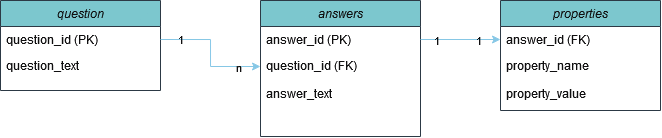
The draw.io diagram static/db.drawio.png in newr90/communication-test, before a commit. Source tidied: cells renumbered, new cells last; positions are measured from the earlier drawing's top-left corner, leaving out a move shared by most shapes. Source of this version:
```xml
<mxGraphModel>
  <root>
    <mxCell id="0" />
    <mxCell id="1" parent="0" />
    <mxCell id="2" value="question" style="swimlane;fontStyle=2;align=center;verticalAlign=top;horizontal=1;startSize=26;rounded=0;shadow=0;strokeWidth=1;labelBackgroundColor=none;fillColor=#09555B;strokeColor=#BAC8D3;fontColor=#EEEEEE;" parent="1" vertex="1">
      <mxGeometry width="160" height="90" as="geometry" />
    </mxCell>
    <mxCell id="3" value="question_id (PK)" style="text;align=left;verticalAlign=top;spacingLeft=4;spacingRight=4;overflow=hidden;points=[[0,0.5],[1,0.5]];portConstraint=eastwest;labelBackgroundColor=none;fontColor=#EEEEEE;" parent="2" vertex="1">
      <mxGeometry y="26" width="160" height="26" as="geometry" />
    </mxCell>
    <mxCell id="4" value="question_text    " style="text;align=left;verticalAlign=top;spacingLeft=4;spacingRight=4;overflow=hidden;rounded=0;shadow=0;html=0;labelBackgroundColor=none;fontColor=#EEEEEE;" parent="2" vertex="1">
      <mxGeometry y="52" width="160" height="26" as="geometry" />
    </mxCell>
    <mxCell id="5" value="answers" style="swimlane;fontStyle=2;align=center;verticalAlign=top;horizontal=1;startSize=26;rounded=0;shadow=0;strokeWidth=1;labelBackgroundColor=none;fillColor=#09555B;strokeColor=#BAC8D3;fontColor=#EEEEEE;" parent="1" vertex="1">
      <mxGeometry x="260" width="160" height="136" as="geometry" />
    </mxCell>
    <mxCell id="6" value="answer_id (PK)" style="text;align=left;verticalAlign=top;spacingLeft=4;spacingRight=4;overflow=hidden;points=[[0,0.5],[1,0.5]];portConstraint=eastwest;labelBackgroundColor=none;fontColor=#EEEEEE;" parent="5" vertex="1">
      <mxGeometry y="26" width="160" height="26" as="geometry" />
    </mxCell>
    <mxCell id="7" value="question_id (FK)&#10;" style="text;align=left;verticalAlign=top;spacingLeft=4;spacingRight=4;overflow=hidden;points=[[0,0.5],[1,0.5]];portConstraint=eastwest;rounded=0;shadow=0;html=0;labelBackgroundColor=none;fontColor=#EEEEEE;" parent="5" vertex="1">
      <mxGeometry y="52" width="160" height="28" as="geometry" />
    </mxCell>
    <mxCell id="8" value="answer_text" style="text;align=left;verticalAlign=top;spacingLeft=4;spacingRight=4;overflow=hidden;labelBackgroundColor=none;fontColor=#EEEEEE;" parent="5" vertex="1">
      <mxGeometry y="80" width="160" height="26" as="geometry" />
    </mxCell>
    <mxCell id="9" value="properties" style="swimlane;fontStyle=2;align=center;verticalAlign=top;horizontal=1;startSize=26;rounded=0;shadow=0;strokeWidth=1;labelBackgroundColor=none;fillColor=#09555B;strokeColor=#BAC8D3;fontColor=#EEEEEE;" parent="1" vertex="1">
      <mxGeometry x="500" width="160" height="110" as="geometry" />
    </mxCell>
    <mxCell id="10" value="answer_id (FK)" style="text;align=left;verticalAlign=top;spacingLeft=4;spacingRight=4;overflow=hidden;points=[[0,0.5],[1,0.5]];portConstraint=eastwest;labelBackgroundColor=none;fontColor=#EEEEEE;" parent="9" vertex="1">
      <mxGeometry y="26" width="160" height="26" as="geometry" />
    </mxCell>
    <mxCell id="11" value="property_name    " style="text;align=left;verticalAlign=top;spacingLeft=4;spacingRight=4;overflow=hidden;rounded=0;shadow=0;html=0;labelBackgroundColor=none;fontColor=#EEEEEE;" parent="9" vertex="1">
      <mxGeometry y="52" width="160" height="28" as="geometry" />
    </mxCell>
    <mxCell id="12" value="property_value" style="text;align=left;verticalAlign=top;spacingLeft=4;spacingRight=4;overflow=hidden;labelBackgroundColor=none;fontColor=#EEEEEE;" parent="9" vertex="1">
      <mxGeometry y="80" width="160" height="26" as="geometry" />
    </mxCell>
    <mxCell id="13" style="edgeStyle=orthogonalEdgeStyle;rounded=0;jettySize=auto;html=1;exitX=1;exitY=0.5;exitDx=0;exitDy=0;entryX=0;entryY=0.5;entryDx=0;entryDy=0;labelBackgroundColor=none;strokeColor=#0B4D6A;fontColor=default;" parent="1" edge="1" source="3" target="7">
      <mxGeometry relative="1" as="geometry" />
    </mxCell>
    <mxCell id="14" value="1" style="edgeLabel;html=1;align=center;verticalAlign=middle;labelBackgroundColor=none;fontColor=#EEEEEE;" parent="13" vertex="1">
      <mxGeometry x="-0.7" relative="1" as="geometry" />
    </mxCell>
    <mxCell id="15" value="n" style="edgeLabel;html=1;align=center;verticalAlign=middle;labelBackgroundColor=none;fontColor=#EEEEEE;" parent="13" vertex="1">
      <mxGeometry x="0.65" y="-1" relative="1" as="geometry" />
    </mxCell>
    <mxCell id="16" style="edgeStyle=orthogonalEdgeStyle;rounded=0;jettySize=auto;html=1;exitX=1;exitY=0.5;exitDx=0;exitDy=0;entryX=0;entryY=0.5;entryDx=0;entryDy=0;labelBackgroundColor=none;strokeColor=#0B4D6A;fontColor=default;" parent="1" edge="1" source="6" target="10">
      <mxGeometry relative="1" as="geometry" />
    </mxCell>
    <mxCell id="17" value="1" style="edgeLabel;html=1;align=center;verticalAlign=middle;labelBackgroundColor=none;fontColor=#EEEEEE;" parent="16" vertex="1">
      <mxGeometry x="-0.6" y="-1" relative="1" as="geometry" />
    </mxCell>
    <mxCell id="18" value="1" style="edgeLabel;html=1;align=center;verticalAlign=middle;labelBackgroundColor=none;fontColor=#EEEEEE;" parent="16" vertex="1">
      <mxGeometry x="0.42" y="-1" relative="1" as="geometry" />
    </mxCell>
  </root>
</mxGraphModel>
```
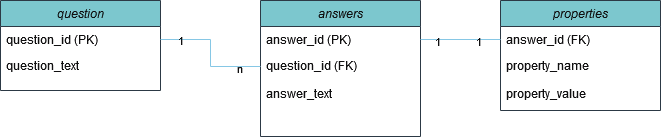
The same file after the commit.

Change to the diagram source:
```diff
@@ -35,7 +35,7 @@
     <mxCell id="12" value="property_value" style="text;align=left;verticalAlign=top;spacingLeft=4;spacingRight=4;overflow=hidden;labelBackgroundColor=none;fontColor=#EEEEEE;" parent="9" vertex="1">
       <mxGeometry y="80" width="160" height="26" as="geometry" />
     </mxCell>
-    <mxCell id="13" style="edgeStyle=orthogonalEdgeStyle;rounded=0;jettySize=auto;html=1;exitX=1;exitY=0.5;exitDx=0;exitDy=0;entryX=0;entryY=0.5;entryDx=0;entryDy=0;labelBackgroundColor=none;strokeColor=#0B4D6A;fontColor=default;" parent="1" edge="1" source="3" target="7">
+    <mxCell id="13" style="edgeStyle=orthogonalEdgeStyle;rounded=0;jettySize=auto;html=1;exitX=1;exitY=0.5;exitDx=0;exitDy=0;entryX=0;entryY=0.5;entryDx=0;entryDy=0;labelBackgroundColor=none;strokeColor=#0B4D6A;fontColor=default;endArrow=none;endFill=0;" parent="1" edge="1" source="3" target="7">
       <mxGeometry relative="1" as="geometry" />
     </mxCell>
     <mxCell id="14" value="1" style="edgeLabel;html=1;align=center;verticalAlign=middle;labelBackgroundColor=none;fontColor=#EEEEEE;" parent="13" vertex="1">
@@ -44,7 +44,7 @@
     <mxCell id="15" value="n" style="edgeLabel;html=1;align=center;verticalAlign=middle;labelBackgroundColor=none;fontColor=#EEEEEE;" parent="13" vertex="1">
       <mxGeometry x="0.65" y="-1" relative="1" as="geometry" />
     </mxCell>
-    <mxCell id="16" style="edgeStyle=orthogonalEdgeStyle;rounded=0;jettySize=auto;html=1;exitX=1;exitY=0.5;exitDx=0;exitDy=0;entryX=0;entryY=0.5;entryDx=0;entryDy=0;labelBackgroundColor=none;strokeColor=#0B4D6A;fontColor=default;" parent="1" edge="1" source="6" target="10">
+    <mxCell id="16" style="edgeStyle=orthogonalEdgeStyle;rounded=0;jettySize=auto;html=1;exitX=1;exitY=0.5;exitDx=0;exitDy=0;entryX=0;entryY=0.5;entryDx=0;entryDy=0;labelBackgroundColor=none;strokeColor=#0B4D6A;fontColor=default;endArrow=none;endFill=0;" parent="1" edge="1" source="6" target="10">
       <mxGeometry relative="1" as="geometry" />
     </mxCell>
     <mxCell id="17" value="1" style="edgeLabel;html=1;align=center;verticalAlign=middle;labelBackgroundColor=none;fontColor=#EEEEEE;" parent="16" vertex="1">
```
